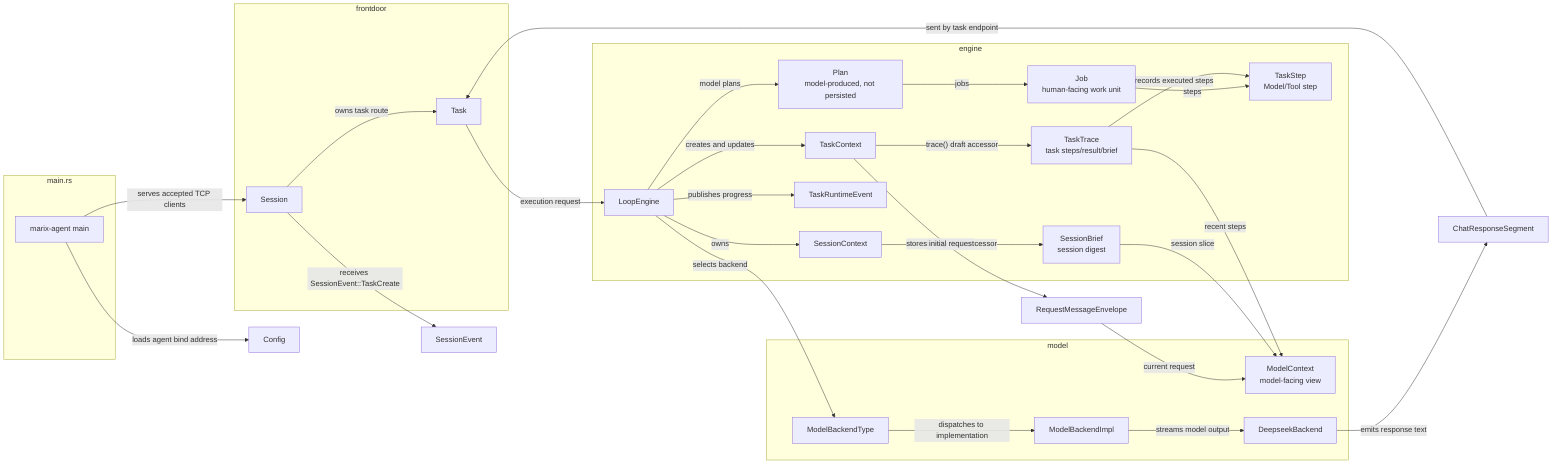
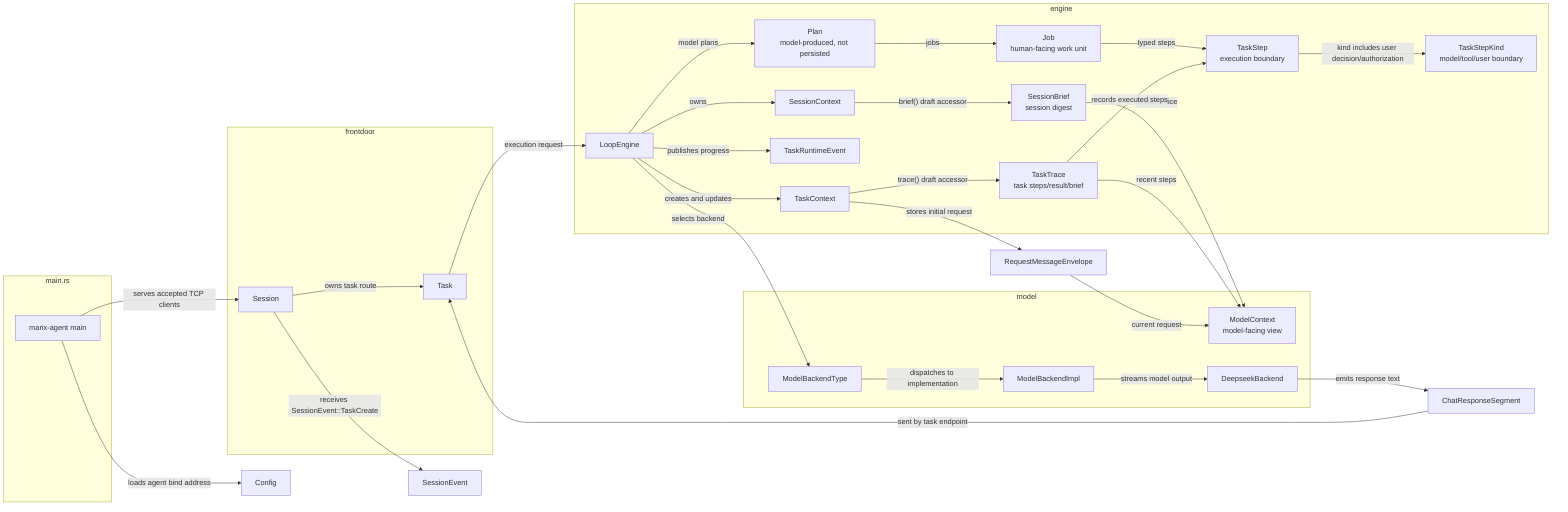
flowchart LR
  subgraph main_rs["main.rs"]
    AgentMain["marix-agent main"]
  end

  subgraph frontdoor["frontdoor"]
    Session["Session"]
    Task["Task"]
  end

  subgraph engine["engine"]
    LoopEngine["LoopEngine"]
    SessionContext["SessionContext"]
    SessionBrief["SessionBrief\nsession digest"]
    TaskContext["TaskContext"]
    TaskTrace["TaskTrace\ntask steps/result/brief"]
    TaskRuntimeEvent["TaskRuntimeEvent"]
    Plan["Plan\nmodel-produced, not persisted"]
    Job["Job\nhuman-facing work unit"]
-     TaskStep["TaskStep\nModel/Tool step"]
+     TaskStep["TaskStep\nexecution boundary"]
+     TaskStepKind["TaskStepKind\nmodel/tool/user boundary"]
  end

  subgraph model["model"]
    ModelContext["ModelContext\nmodel-facing view"]
    ModelBackendType["ModelBackendType"]
    ModelBackendImpl["ModelBackendImpl"]
    DeepseekBackend["DeepseekBackend"]
  end

  Config["Config"]
  SessionEvent["SessionEvent"]
  RequestMessageEnvelope["RequestMessageEnvelope"]
  ChatResponseSegment["ChatResponseSegment"]

  AgentMain -->|"loads agent bind address"| Config
  AgentMain -->|"serves accepted TCP clients"| Session
  Session -->|"receives SessionEvent::TaskCreate"| SessionEvent
  Session -->|"owns task route"| Task
  Task -->|"execution request"| LoopEngine
  LoopEngine -->|"creates and updates"| TaskContext
  LoopEngine -->|"owns"| SessionContext
  SessionContext -->|"brief() draft accessor"| SessionBrief
  TaskContext -->|"stores initial request"| RequestMessageEnvelope
  TaskContext -->|"trace() draft accessor"| TaskTrace
  SessionBrief -->|"session slice"| ModelContext
  TaskTrace -->|"recent steps"| ModelContext
  RequestMessageEnvelope -->|"current request"| ModelContext
  LoopEngine -->|"publishes progress"| TaskRuntimeEvent
  LoopEngine -->|"model plans"| Plan
  Plan -->|"jobs"| Job
-   Job -->|"steps"| TaskStep
+   Job -->|"typed steps"| TaskStep
+   TaskStep -->|"kind includes user decision/authorization"| TaskStepKind
  TaskTrace -->|"records executed steps"| TaskStep
  LoopEngine -->|"selects backend"| ModelBackendType
  ModelBackendType -->|"dispatches to implementation"| ModelBackendImpl
  ModelBackendImpl -->|"streams model output"| DeepseekBackend
  DeepseekBackend -->|"emits response text"| ChatResponseSegment
  ChatResponseSegment -->|"sent by task endpoint"| Task
